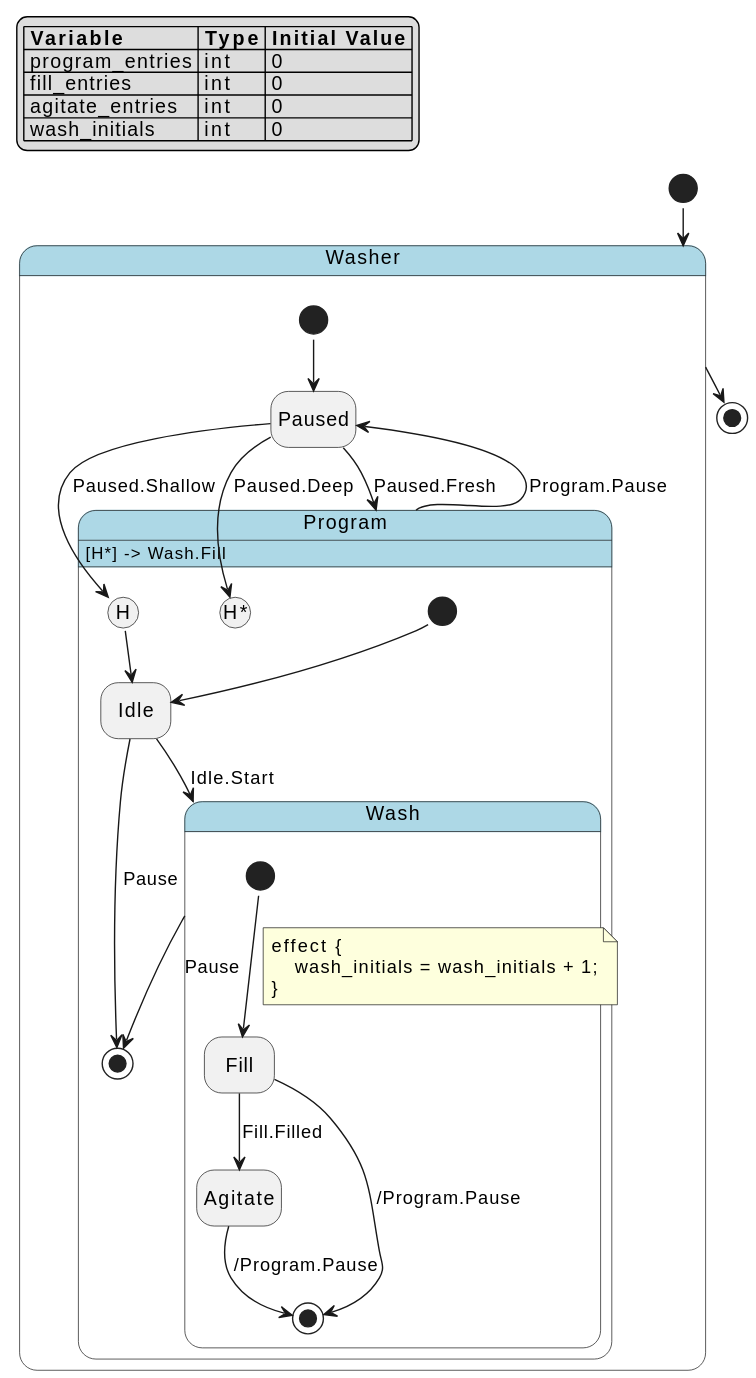
Before: docs/source/tutorials/dsl/history_washer.fcstm.puml.svg, a diagram exported from PlantUML (HansBug/pyfcstm).
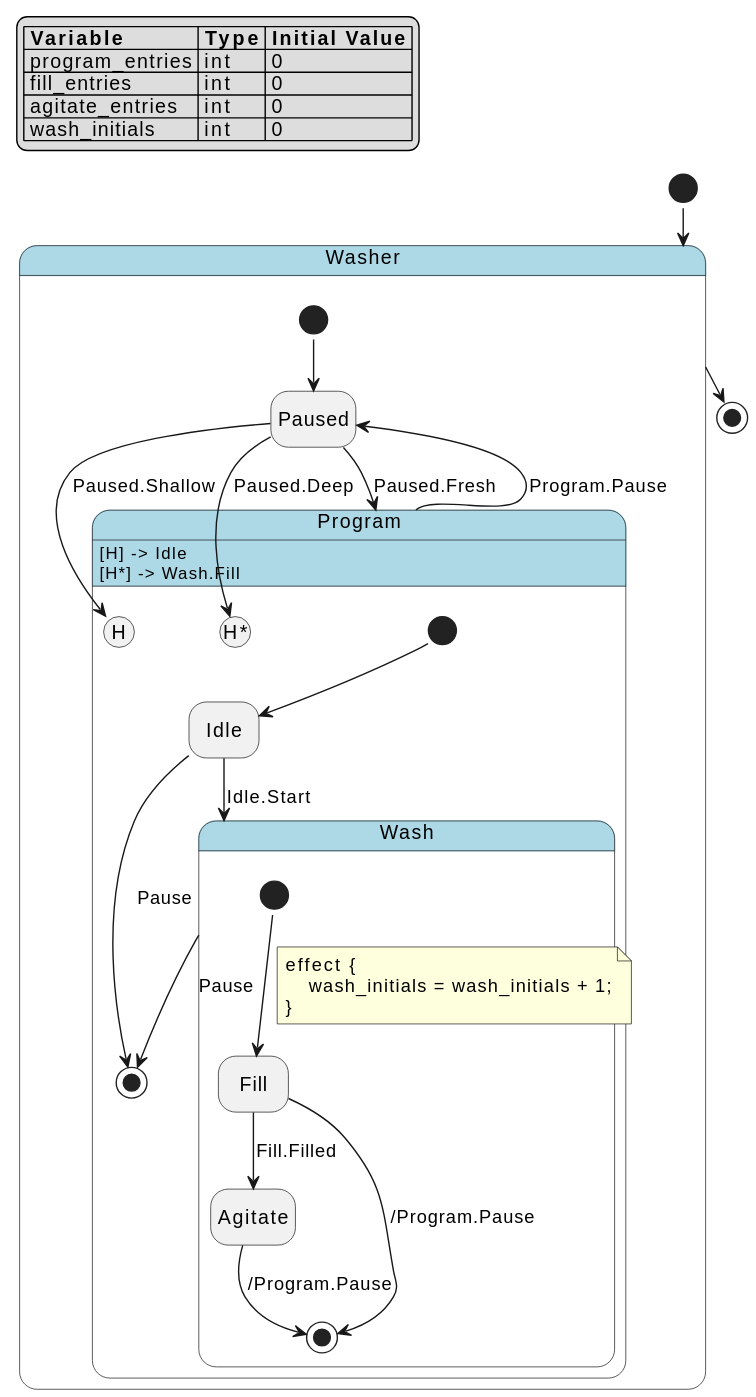
The same file after the commit.

Commit message:
fix(model): copy a machine on Python 3.7 and draw a history default that PlantUML 1.2023 accepts

What changed in the source:
```diff
@@ -38,8 +38,8 @@
         washer__program__wash --> [*] : Pause
         [*] --> washer__program__idle
         washer__program__idle --> washer__program__wash : Idle.Start
-        [H] --> washer__program__idle
     }
+    washer__program : [H] -> Idle
     washer__program : [H*] -> Wash.Fill
     washer__program --> washer__paused : Program.Pause
     [*] --> washer__paused
```
